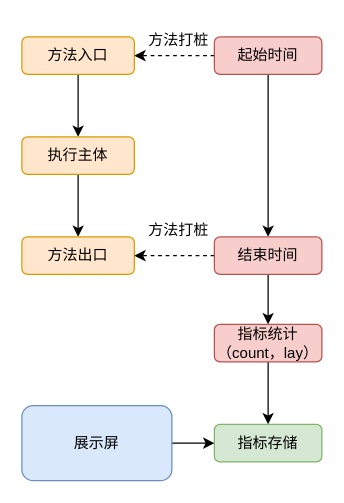
Earlier version of the draw.io diagram page "第 1 页" (1 of 2) of 专利.drawio (sun-iot/draw.io). Source tidied: cells renumbered, new cells numbered last; positions are measured from the earlier drawing's top-left corner, leaving out a move shared by most shapes. Both pictures are drawn from the tidied source at 125%, with x=0, y=0 at pixel (21, 21).
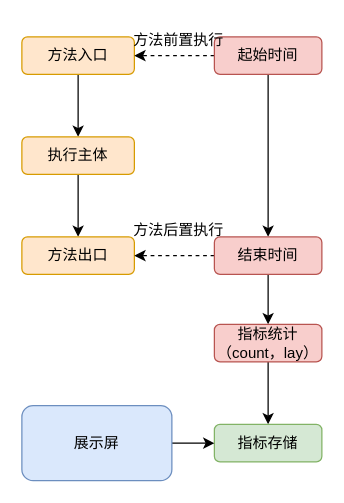
The same page after the edit.

The edit, as a diff of the source:
```diff
@@
 <mxGraphModel>
   <root>
     <mxCell id="0" />
     <mxCell id="1" parent="0" />
     <mxCell id="2" style="edgeStyle=orthogonalEdgeStyle;rounded=0;jettySize=auto;html=1;exitX=0.5;exitY=1;exitDx=0;exitDy=0;entryX=0.5;entryY=0;entryDx=0;entryDy=0;" parent="1" edge="1" source="3" target="5">
       <mxGeometry relative="1" as="geometry" />
     </mxCell>
     <mxCell id="3" value="方法入口" style="rounded=1;whiteSpace=wrap;html=1;fillColor=#ffe6cc;strokeColor=#d79b00;" parent="1" vertex="1">
       <mxGeometry y="12" width="90" height="30" as="geometry" />
     </mxCell>
     <mxCell id="4" style="edgeStyle=orthogonalEdgeStyle;rounded=0;jettySize=auto;html=1;exitX=0.5;exitY=1;exitDx=0;exitDy=0;entryX=0.5;entryY=0;entryDx=0;entryDy=0;" parent="1" edge="1" source="5" target="6">
       <mxGeometry relative="1" as="geometry" />
     </mxCell>
     <mxCell id="5" value="执行主体" style="rounded=1;whiteSpace=wrap;html=1;fillColor=#ffe6cc;strokeColor=#d79b00;" parent="1" vertex="1">
       <mxGeometry y="92" width="90" height="30" as="geometry" />
     </mxCell>
     <mxCell id="6" value="方法出口" style="rounded=1;whiteSpace=wrap;html=1;fillColor=#ffe6cc;strokeColor=#d79b00;" parent="1" vertex="1">
       <mxGeometry y="172" width="90" height="30" as="geometry" />
     </mxCell>
     <mxCell id="7" style="edgeStyle=orthogonalEdgeStyle;rounded=0;jettySize=auto;html=1;exitX=0;exitY=0.5;exitDx=0;exitDy=0;entryX=1;entryY=0.5;entryDx=0;entryDy=0;dashed=1;" parent="1" edge="1" source="9" target="3">
       <mxGeometry relative="1" as="geometry" />
     </mxCell>
     <mxCell id="8" style="edgeStyle=orthogonalEdgeStyle;rounded=0;jettySize=auto;html=1;exitX=0.5;exitY=1;exitDx=0;exitDy=0;entryX=0.5;entryY=0;entryDx=0;entryDy=0;" parent="1" edge="1" source="9" target="12">
       <mxGeometry relative="1" as="geometry" />
     </mxCell>
     <mxCell id="9" value="起始时间" style="rounded=1;whiteSpace=wrap;html=1;fillColor=#f8cecc;strokeColor=#b85450;" parent="1" vertex="1">
       <mxGeometry x="154" y="12" width="86" height="30" as="geometry" />
     </mxCell>
     <mxCell id="10" style="edgeStyle=orthogonalEdgeStyle;rounded=0;jettySize=auto;html=1;exitX=0;exitY=0.5;exitDx=0;exitDy=0;entryX=1;entryY=0.5;entryDx=0;entryDy=0;dashed=1;" parent="1" edge="1" source="12" target="6">
       <mxGeometry relative="1" as="geometry" />
     </mxCell>
     <mxCell id="11" style="edgeStyle=orthogonalEdgeStyle;rounded=0;jettySize=auto;html=1;" parent="1" edge="1" source="12" target="16">
       <mxGeometry relative="1" as="geometry" />
     </mxCell>
     <mxCell id="12" value="结束时间" style="rounded=1;whiteSpace=wrap;html=1;fillColor=#f8cecc;strokeColor=#b85450;" parent="1" vertex="1">
       <mxGeometry x="154" y="172" width="86" height="30" as="geometry" />
     </mxCell>
-    <mxCell id="13" value="方法打桩" style="text;html=1;align=center;verticalAlign=middle;strokeColor=none;fillColor=none;" parent="1" vertex="1">
-      <mxGeometry x="90" width="70" height="30" as="geometry" />
+    <mxCell id="13" value="方法前置执行" style="text;html=1;align=center;verticalAlign=middle;strokeColor=none;fillColor=none;" parent="1" vertex="1">
+      <mxGeometry x="75" width="100" height="30" as="geometry" />
     </mxCell>
-    <mxCell id="14" value="方法打桩" style="text;html=1;align=center;verticalAlign=middle;strokeColor=none;fillColor=none;" parent="1" vertex="1">
-      <mxGeometry x="90" y="152" width="70" height="30" as="geometry" />
+    <mxCell id="14" value="方法后置执行" style="text;html=1;align=center;verticalAlign=middle;strokeColor=none;fillColor=none;" parent="1" vertex="1">
+      <mxGeometry x="75" y="152" width="100" height="30" as="geometry" />
     </mxCell>
     <mxCell id="15" style="edgeStyle=orthogonalEdgeStyle;rounded=0;jettySize=auto;html=1;" parent="1" edge="1" source="16" target="17">
       <mxGeometry relative="1" as="geometry" />
     </mxCell>
     <mxCell id="16" value="指标统计（count，lay）" style="rounded=1;whiteSpace=wrap;html=1;fillColor=#f8cecc;strokeColor=#b85450;" parent="1" vertex="1">
       <mxGeometry x="154" y="242" width="86" height="30" as="geometry" />
     </mxCell>
     <mxCell id="17" value="指标存储" style="rounded=1;whiteSpace=wrap;html=1;fillColor=#d5e8d4;strokeColor=#82b366;" parent="1" vertex="1">
       <mxGeometry x="154" y="322" width="86" height="30" as="geometry" />
     </mxCell>
     <mxCell id="18" style="edgeStyle=orthogonalEdgeStyle;rounded=0;jettySize=auto;html=1;exitX=1;exitY=0.5;exitDx=0;exitDy=0;entryX=0;entryY=0.5;entryDx=0;entryDy=0;" parent="1" edge="1" source="19" target="17">
       <mxGeometry relative="1" as="geometry" />
     </mxCell>
     <mxCell id="19" value="展示屏" style="rounded=1;whiteSpace=wrap;html=1;fillColor=#dae8fc;strokeColor=#6c8ebf;" parent="1" vertex="1">
       <mxGeometry y="307" width="120" height="60" as="geometry" />
     </mxCell>
   </root>
 </mxGraphModel>
```
